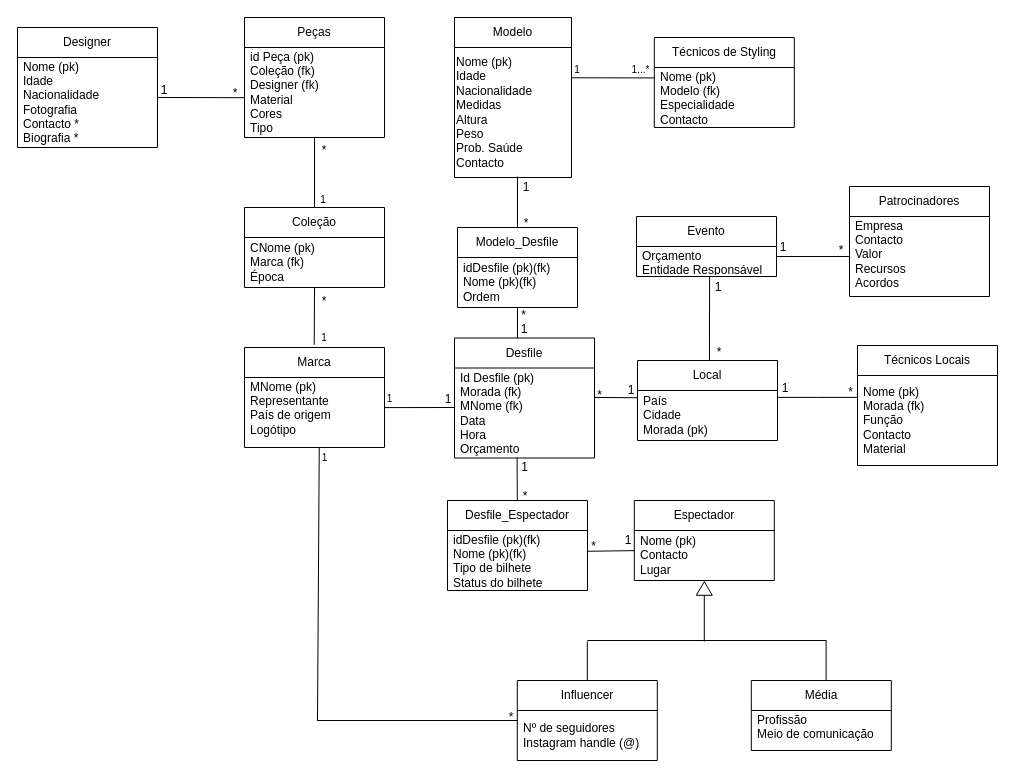
Before: uml_database.drawio in le0nor/BD2425-707, a draw.io diagram. Source tidied: cells renumbered, new cells numbered last; positions are measured from the earlier drawing's top-left corner, leaving out a move shared by most shapes. Both pictures are drawn from the tidied source at 100%, with x=0, y=0 at pixel (17, 17).
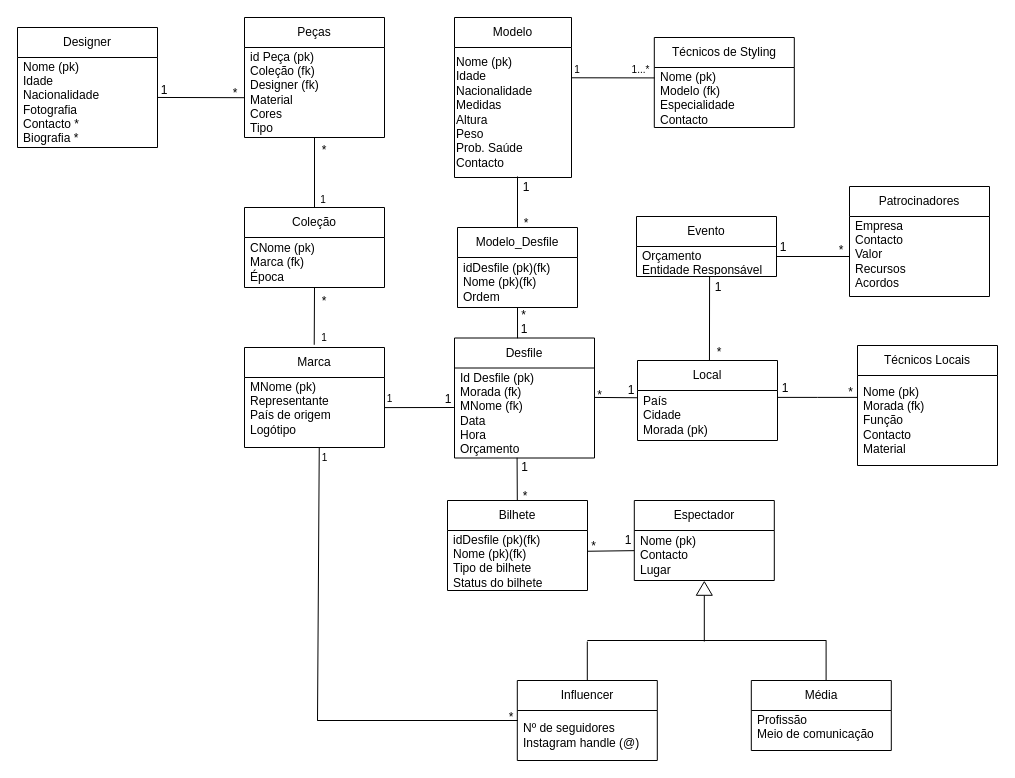
The same diagram, later.

Diff of the diagram source:
```diff
@@
-    <mxCell id="25" value="Desfile_Espectador" style="swimlane;fontStyle=0;horizontal=1;startSize=30;whiteSpace=wrap;html=1;" parent="1" vertex="1">
+    <mxCell id="25" value="Bilhete" style="swimlane;fontStyle=0;horizontal=1;startSize=30;whiteSpace=wrap;html=1;" parent="1" vertex="1">
       <mxGeometry x="430" y="483" width="140" height="90" as="geometry" />
     </mxCell>
```
